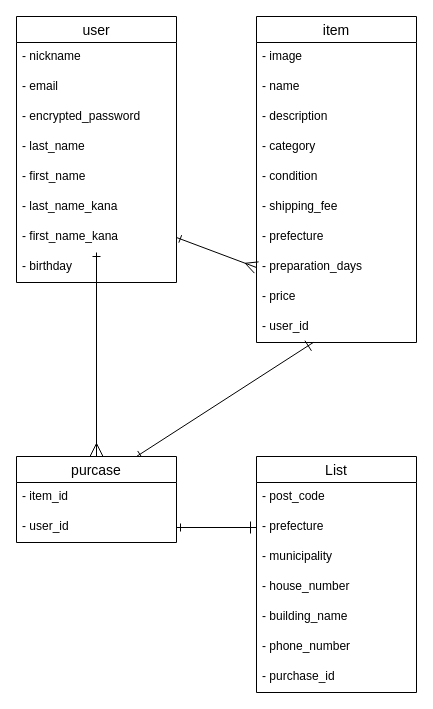
yanagi1111/furima-41476 keeps this draw.io diagram as ir.dio. Above is the earlier version. Source tidied: cells renumbered, new cells numbered last; positions are measured from the earlier drawing's top-left corner, leaving out a move shared by most shapes. Both pictures are drawn from the tidied source at 100%, with x=0, y=0 at pixel (16, 16).
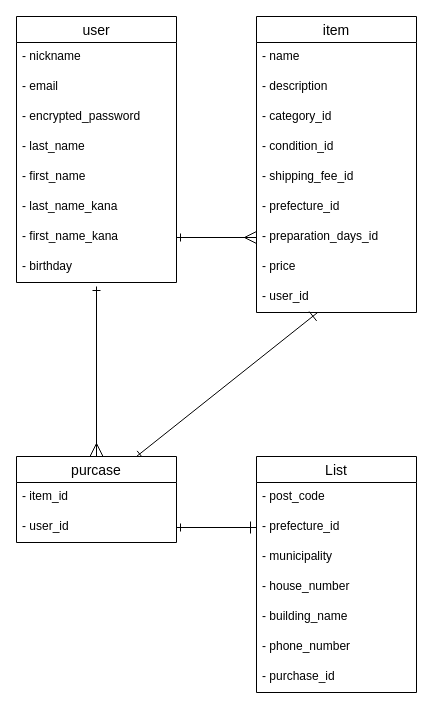
After the change.

Commit message (it also covers changes not shown here):
データベース設計の修正２

The change refers to these unchanged cells:
```xml
<mxCell id="9" value="- first_name_kana" style="text;strokeColor=none;fillColor=none;spacingLeft=4;spacingRight=4;overflow=hidden;points=[[0,0.5],[1,0.5]];portConstraint=eastwest;fontSize=12;" parent="2" vertex="1">
  <mxGeometry y="206" width="160" height="30" as="geometry" />
</mxCell>
<mxCell id="23" value="purcase" style="swimlane;fontStyle=0;horizontal=1;startSize=26;align=center;fontSize=14;" parent="1" vertex="1">
  <mxGeometry y="440" width="160" height="86" as="geometry" />
</mxCell>
<mxCell id="26" value="List" style="swimlane;fontStyle=0;horizontal=1;startSize=26;align=center;fontSize=14;" parent="1" vertex="1">
  <mxGeometry x="240" y="440" width="160" height="236" as="geometry" />
</mxCell>
```

Diff of the diagram source:
```diff
@@
     <mxCell id="11" value="item" style="swimlane;fontStyle=0;horizontal=1;startSize=26;align=center;fontSize=14;" parent="1" vertex="1">
-      <mxGeometry x="240" width="160" height="326" as="geometry" />
+      <mxGeometry x="240" width="160" height="296" as="geometry" />
     </mxCell>
-    <mxCell id="12" value="- image" style="text;strokeColor=none;fillColor=none;spacingLeft=4;spacingRight=4;overflow=hidden;fontSize=12;" parent="11" vertex="1">
-      <mxGeometry y="26" width="160" height="30" as="geometry" />
-    </mxCell>
     <mxCell id="13" value="- name" style="text;strokeColor=none;fillColor=none;spacingLeft=4;spacingRight=4;overflow=hidden;fontSize=12;" parent="11" vertex="1">
-      <mxGeometry y="56" width="160" height="30" as="geometry" />
+      <mxGeometry y="26" width="160" height="30" as="geometry" />
     </mxCell>
     <mxCell id="14" value="- description" style="text;strokeColor=none;fillColor=none;spacingLeft=4;spacingRight=4;overflow=hidden;fontSize=12;" parent="11" vertex="1">
-      <mxGeometry y="86" width="160" height="30" as="geometry" />
+      <mxGeometry y="56" width="160" height="30" as="geometry" />
     </mxCell>
-    <mxCell id="15" value="- category" style="text;strokeColor=none;fillColor=none;spacingLeft=4;spacingRight=4;overflow=hidden;fontSize=12;" parent="11" vertex="1">
-      <mxGeometry y="116" width="160" height="30" as="geometry" />
+    <mxCell id="15" value="- category_id" style="text;strokeColor=none;fillColor=none;spacingLeft=4;spacingRight=4;overflow=hidden;fontSize=12;" parent="11" vertex="1">
+      <mxGeometry y="86" width="160" height="30" as="geometry" />
     </mxCell>
-    <mxCell id="16" value="- condition" style="text;strokeColor=none;fillColor=none;spacingLeft=4;spacingRight=4;overflow=hidden;fontSize=12;" parent="11" vertex="1">
-      <mxGeometry y="146" width="160" height="30" as="geometry" />
+    <mxCell id="16" value="- condition_id" style="text;strokeColor=none;fillColor=none;spacingLeft=4;spacingRight=4;overflow=hidden;fontSize=12;" parent="11" vertex="1">
+      <mxGeometry y="116" width="160" height="30" as="geometry" />
     </mxCell>
-    <mxCell id="17" value="- shipping_fee" style="text;strokeColor=none;fillColor=none;spacingLeft=4;spacingRight=4;overflow=hidden;fontSize=12;" parent="11" vertex="1">
-      <mxGeometry y="176" width="160" height="30" as="geometry" />
+    <mxCell id="17" value="- shipping_fee_id" style="text;strokeColor=none;fillColor=none;spacingLeft=4;spacingRight=4;overflow=hidden;fontSize=12;" parent="11" vertex="1">
+      <mxGeometry y="146" width="160" height="30" as="geometry" />
     </mxCell>
-    <mxCell id="18" value="- prefecture" style="text;strokeColor=none;fillColor=none;spacingLeft=4;spacingRight=4;overflow=hidden;fontSize=12;" parent="11" vertex="1">
-      <mxGeometry y="206" width="160" height="30" as="geometry" />
+    <mxCell id="18" value="- prefecture_id" style="text;strokeColor=none;fillColor=none;spacingLeft=4;spacingRight=4;overflow=hidden;fontSize=12;" parent="11" vertex="1">
+      <mxGeometry y="176" width="160" height="30" as="geometry" />
     </mxCell>
-    <mxCell id="19" value="- preparation_days" style="text;strokeColor=none;fillColor=none;spacingLeft=4;spacingRight=4;overflow=hidden;points=[[0,0.5],[1,0.5]];portConstraint=eastwest;fontSize=12;" parent="11" vertex="1">
-      <mxGeometry y="236" width="160" height="30" as="geometry" />
+    <mxCell id="19" value="- preparation_days_id" style="text;strokeColor=none;fillColor=none;spacingLeft=4;spacingRight=4;overflow=hidden;points=[[0,0.5],[1,0.5]];portConstraint=eastwest;fontSize=12;" parent="11" vertex="1">
+      <mxGeometry y="206" width="160" height="30" as="geometry" />
     </mxCell>
     <mxCell id="20" value="- price" style="text;strokeColor=none;fillColor=none;spacingLeft=4;spacingRight=4;overflow=hidden;fontSize=12;" parent="11" vertex="1">
-      <mxGeometry y="266" width="160" height="30" as="geometry" />
+      <mxGeometry y="236" width="160" height="30" as="geometry" />
     </mxCell>
     <mxCell id="21" value="- user_id" style="text;strokeColor=none;fillColor=none;spacingLeft=4;spacingRight=4;overflow=hidden;points=[[0,0.5],[1,0.5]];portConstraint=eastwest;fontSize=12;" parent="11" vertex="1">
-      <mxGeometry y="296" width="160" height="30" as="geometry" />
+      <mxGeometry y="266" width="160" height="30" as="geometry" />
     </mxCell>
@@
-    <mxCell id="28" value="- prefecture" style="text;strokeColor=none;fillColor=none;spacingLeft=4;spacingRight=4;overflow=hidden;points=[[0,0.5],[1,0.5]];portConstraint=eastwest;fontSize=12;" parent="26" vertex="1">
+    <mxCell id="28" value="- prefecture_id" style="text;strokeColor=none;fillColor=none;spacingLeft=4;spacingRight=4;overflow=hidden;points=[[0,0.5],[1,0.5]];portConstraint=eastwest;fontSize=12;" parent="26" vertex="1">
       <mxGeometry y="56" width="160" height="30" as="geometry" />
     </mxCell>
@@
-    <mxCell id="36" style="edgeStyle=none;html=1;endArrow=ERmany;endFill=0;endSize=11;startArrow=ERone;startFill=0;" parent="1" edge="1" source="9" target="23">
-      <mxGeometry relative="1" as="geometry" />
+    <mxCell id="36" style="edgeStyle=none;html=1;endArrow=ERmany;endFill=0;endSize=11;startArrow=ERone;startFill=0;" parent="1" edge="1" target="23">
+      <mxGeometry relative="1" as="geometry">
+        <mxPoint x="80" y="270" as="sourcePoint" />
+      </mxGeometry>
     </mxCell>
```
